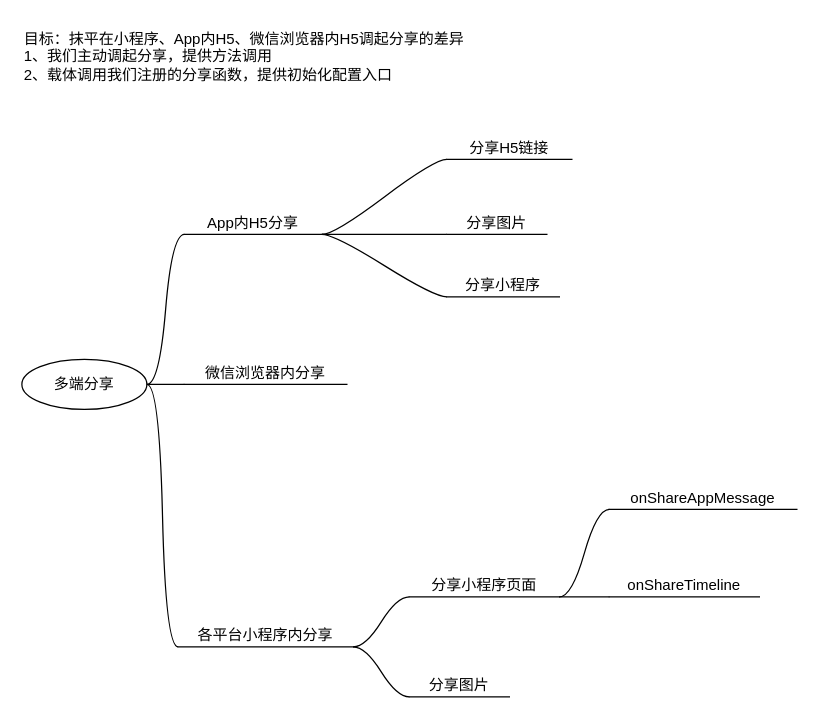
Before: share.drawio in Rainbow-556/TechProposal, a draw.io diagram. Source tidied: cells renumbered, new cells numbered last; positions are measured from the earlier drawing's top-left corner, leaving out a move shared by most shapes. Both pictures are drawn from the tidied source at 125%, with x=0, y=0 at pixel (21, 21).
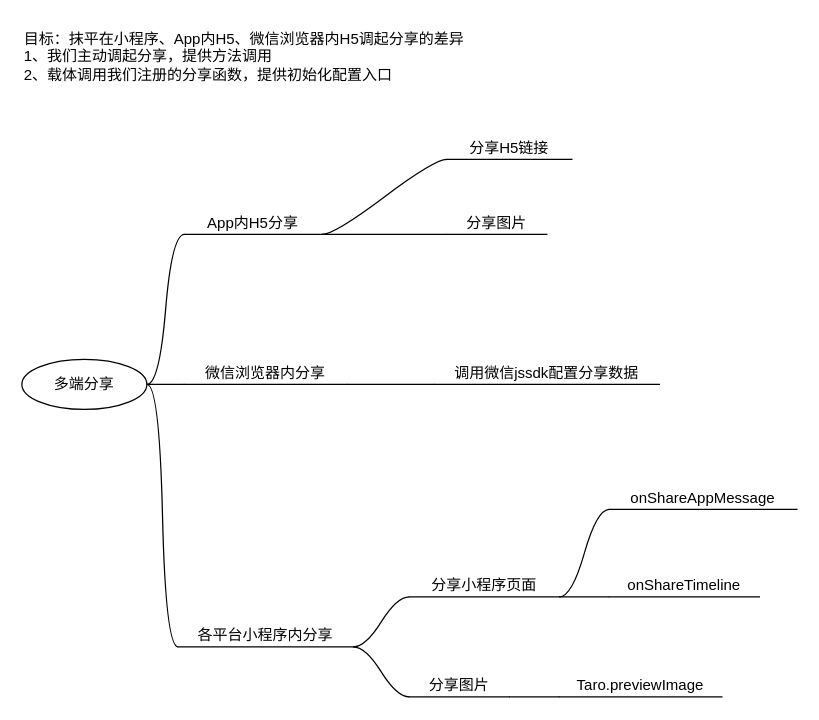
Above is the later version.

Unchanged cells that the change refers to:
```xml
<mxCell id="3" value="App内H5分享" style="whiteSpace=wrap;html=1;shape=partialRectangle;top=0;left=0;bottom=1;right=0;points=[[0,1],[1,1]];fillColor=none;align=center;verticalAlign=bottom;routingCenterY=0.5;snapToPoint=1;newEdgeStyle={&quot;edgeStyle&quot;:&quot;entityRelationEdgeStyle&quot;,&quot;startArrow&quot;:&quot;none&quot;,&quot;endArrow&quot;:&quot;none&quot;,&quot;segment&quot;:10,&quot;curved&quot;:1};strokeColor=#000000;" parent="1" vertex="1">
  <mxGeometry x="130" y="150" width="110" height="20" as="geometry" />
</mxCell>
<mxCell id="13" value="微信浏览器内分享" style="whiteSpace=wrap;html=1;shape=partialRectangle;top=0;left=0;bottom=1;right=0;points=[[0,1],[1,1]];fillColor=none;align=center;verticalAlign=bottom;routingCenterY=0.5;snapToPoint=1;newEdgeStyle={&quot;edgeStyle&quot;:&quot;entityRelationEdgeStyle&quot;,&quot;startArrow&quot;:&quot;none&quot;,&quot;endArrow&quot;:&quot;none&quot;,&quot;segment&quot;:10,&quot;curved&quot;:1};strokeColor=#000000;" parent="1" vertex="1">
  <mxGeometry x="130" y="270" width="130" height="20" as="geometry" />
</mxCell>
<mxCell id="22" value="分享图片" style="whiteSpace=wrap;html=1;shape=partialRectangle;top=0;left=0;bottom=1;right=0;points=[[0,1],[1,1]];fillColor=none;align=center;verticalAlign=bottom;routingCenterY=0.5;snapToPoint=1;newEdgeStyle={&quot;edgeStyle&quot;:&quot;entityRelationEdgeStyle&quot;,&quot;startArrow&quot;:&quot;none&quot;,&quot;endArrow&quot;:&quot;none&quot;,&quot;segment&quot;:10,&quot;curved&quot;:1};strokeColor=#000000;" parent="1" vertex="1">
  <mxGeometry x="310" y="520" width="80" height="20" as="geometry" />
</mxCell>
```

The edit, as a diff of the source:
```diff
@@
-    <mxCell id="11" value="分享小程序" style="whiteSpace=wrap;html=1;shape=partialRectangle;top=0;left=0;bottom=1;right=0;points=[[0,1],[1,1]];fillColor=none;align=center;verticalAlign=bottom;routingCenterY=0.5;snapToPoint=1;newEdgeStyle={&quot;edgeStyle&quot;:&quot;entityRelationEdgeStyle&quot;,&quot;startArrow&quot;:&quot;none&quot;,&quot;endArrow&quot;:&quot;none&quot;,&quot;segment&quot;:10,&quot;curved&quot;:1};strokeColor=#000000;" parent="1" vertex="1">
-      <mxGeometry x="340" y="200" width="90" height="20" as="geometry" />
-    </mxCell>
-    <mxCell id="12" style="edgeStyle=entityRelationEdgeStyle;startArrow=none;endArrow=none;segment=10;curved=1;rounded=0;exitX=1;exitY=1;exitDx=0;exitDy=0;strokeColor=#000000;" parent="1" edge="1" source="3" target="11">
-      <mxGeometry relative="1" as="geometry" />
-    </mxCell>
@@
+    <mxCell id="24" value="调用微信jssdk配置分享数据" style="whiteSpace=wrap;html=1;shape=partialRectangle;top=0;left=0;bottom=1;right=0;points=[[0,1],[1,1]];fillColor=none;align=center;verticalAlign=bottom;routingCenterY=0.5;snapToPoint=1;newEdgeStyle={&quot;edgeStyle&quot;:&quot;entityRelationEdgeStyle&quot;,&quot;startArrow&quot;:&quot;none&quot;,&quot;endArrow&quot;:&quot;none&quot;,&quot;segment&quot;:10,&quot;curved&quot;:1};" parent="1" vertex="1">
+      <mxGeometry x="330" y="270" width="180" height="20" as="geometry" />
+    </mxCell>
+    <mxCell id="25" style="edgeStyle=entityRelationEdgeStyle;startArrow=none;endArrow=none;segment=10;curved=1;rounded=0;exitX=1;exitY=1;exitDx=0;exitDy=0;" parent="1" edge="1" source="13" target="24">
+      <mxGeometry relative="1" as="geometry" />
+    </mxCell>
+    <mxCell id="26" value="Taro.previewImage" style="whiteSpace=wrap;html=1;shape=partialRectangle;top=0;left=0;bottom=1;right=0;points=[[0,1],[1,1]];fillColor=none;align=center;verticalAlign=bottom;routingCenterY=0.5;snapToPoint=1;newEdgeStyle={&quot;edgeStyle&quot;:&quot;entityRelationEdgeStyle&quot;,&quot;startArrow&quot;:&quot;none&quot;,&quot;endArrow&quot;:&quot;none&quot;,&quot;segment&quot;:10,&quot;curved&quot;:1};" parent="1" vertex="1">
+      <mxGeometry x="430" y="520" width="130" height="20" as="geometry" />
+    </mxCell>
+    <mxCell id="27" style="edgeStyle=entityRelationEdgeStyle;startArrow=none;endArrow=none;segment=10;curved=1;rounded=0;exitX=1;exitY=1;exitDx=0;exitDy=0;" parent="1" edge="1" source="22" target="26">
+      <mxGeometry relative="1" as="geometry" />
+    </mxCell>
```
